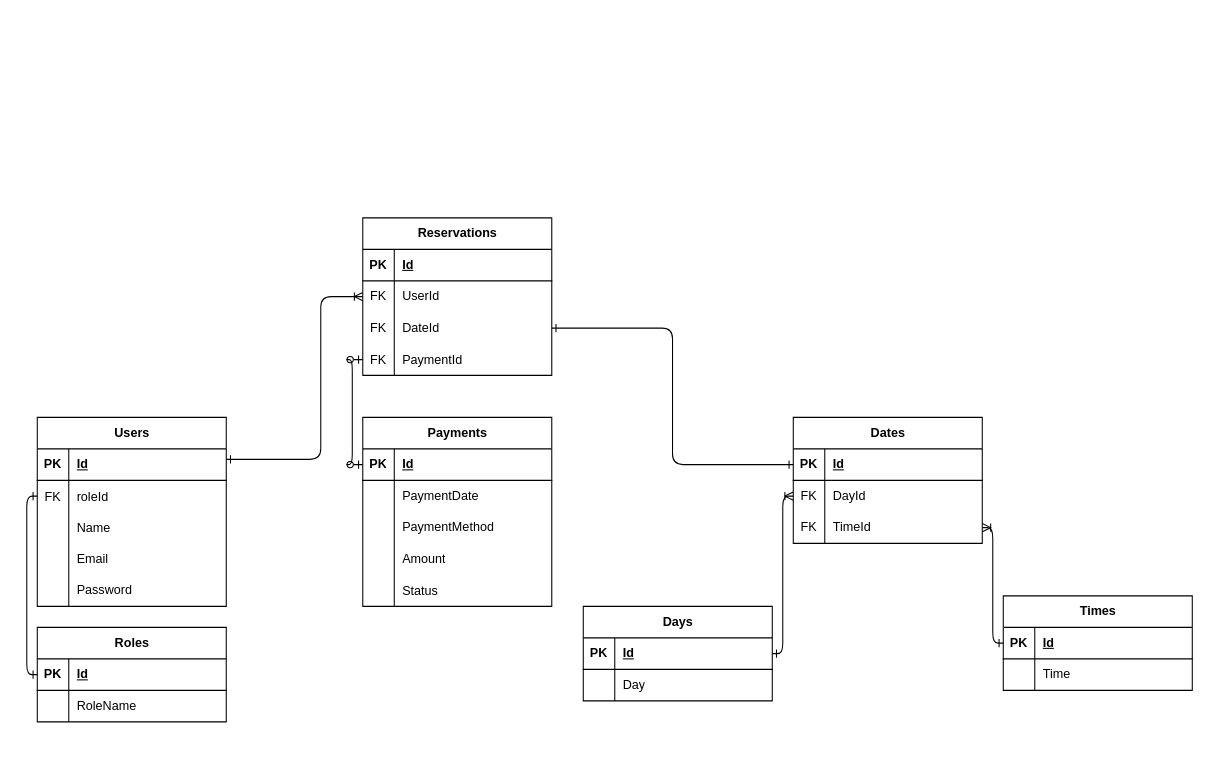
This is database/erd.drawio from BleuSkell/windkracht12, a draw.io file, before an edit. Source tidied: cells renumbered, new cells numbered last; positions are measured from the earlier drawing's top-left corner, leaving out a move shared by most shapes. Both pictures are drawn from the tidied source at 105%, with x=0, y=0 at pixel (26, 217).
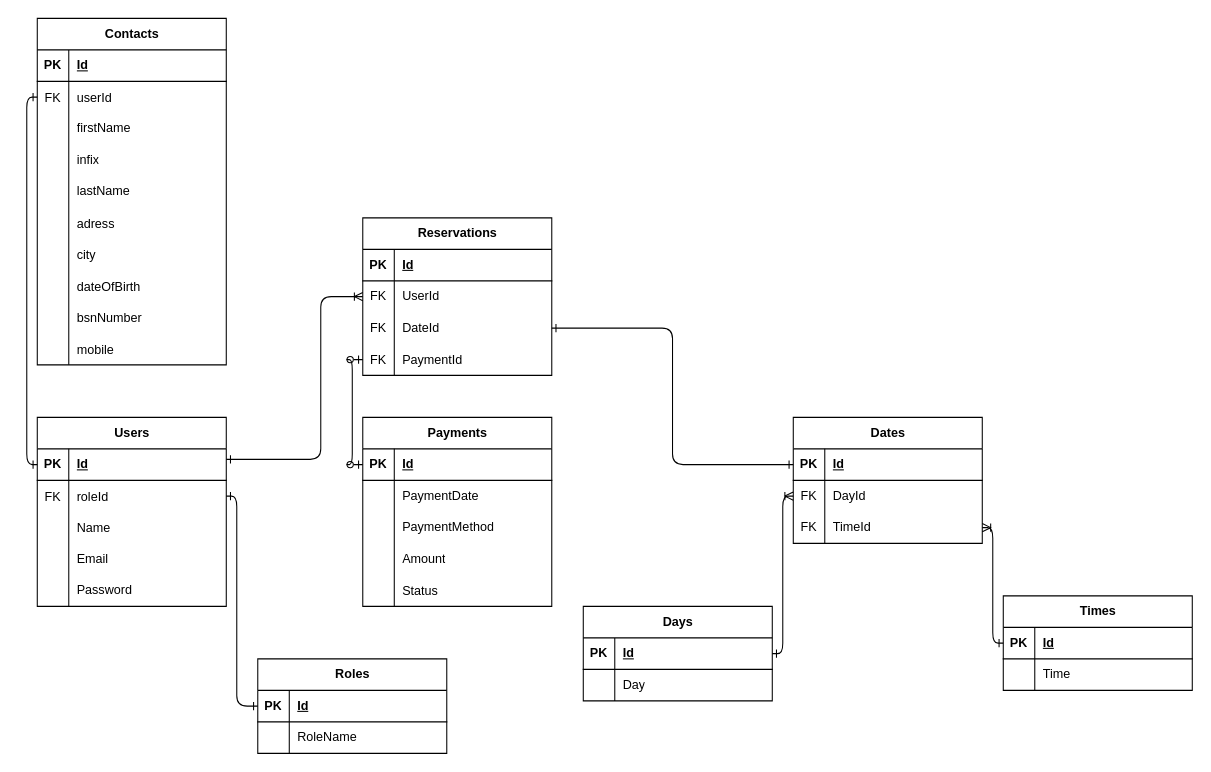
The same page after the edit.

Commit message (it also covers changes not shown here):
added table contacts

The change refers to these unchanged cells:
```xml
<mxCell id="3" style="shape=tableRow;horizontal=0;startSize=0;swimlaneHead=0;swimlaneBody=0;fillColor=none;points=[[0,0.5],[1,0.5]];portConstraint=eastwest;top=0;left=0;right=0;bottom=1;" parent="2" vertex="1">
  <mxGeometry y="30" width="180" height="30" as="geometry" />
</mxCell>
<mxCell id="6" style="shape=tableRow;horizontal=0;startSize=0;swimlaneHead=0;swimlaneBody=0;fillColor=none;points=[[0,0.5],[1,0.5]];portConstraint=eastwest;top=0;left=0;right=0;bottom=0;" parent="2" vertex="1">
  <mxGeometry y="60" width="180" height="30" as="geometry" />
</mxCell>
<mxCell id="19" style="shape=tableRow;horizontal=0;startSize=0;swimlaneHead=0;swimlaneBody=0;fillColor=none;points=[[0,0.5],[1,0.5]];portConstraint=eastwest;top=0;left=0;right=0;bottom=1;" parent="18" vertex="1">
  <mxGeometry y="30" width="180" height="30" as="geometry" />
</mxCell>
```

Change to the diagram source:
```diff
@@
     <mxCell id="18" value="Roles" style="shape=table;startSize=30;childLayout=tableLayout;rowLines=0;fontStyle=1;align=center;html=1;" parent="1" vertex="1">
-      <mxGeometry x="10" y="390" width="180" height="90" as="geometry" />
+      <mxGeometry x="220" y="420" width="180" height="90" as="geometry" />
     </mxCell>
@@
     <mxCell id="83" style="edgeStyle=orthogonalEdgeStyle;html=1;startArrow=ERone;startFill=0;endArrow=ERone;endFill=0;" parent="1" edge="1" source="6" target="19">
       <mxGeometry relative="1" as="geometry">
         <Array as="points">
-          <mxPoint y="265" />
-          <mxPoint y="435" />
+          <mxPoint x="200" y="265" />
+          <mxPoint x="200" y="465" />
         </Array>
       </mxGeometry>
     </mxCell>
+    <mxCell id="84" value="Contacts" style="shape=table;startSize=30;childLayout=tableLayout;rowLines=0;fontStyle=1;align=center;html=1;" parent="1" vertex="1">
+      <mxGeometry x="10" y="-190" width="180" height="330" as="geometry" />
+    </mxCell>
+    <mxCell id="85" style="shape=tableRow;horizontal=0;startSize=0;swimlaneHead=0;swimlaneBody=0;fillColor=none;top=0;left=0;right=0;bottom=1;" parent="84" vertex="1">
+      <mxGeometry y="30" width="180" height="30" as="geometry" />
+    </mxCell>
+    <mxCell id="86" value="PK" style="shape=partialRectangle;fillColor=none;top=0;left=0;bottom=0;right=0;fontStyle=1;overflow=hidden;whiteSpace=wrap;html=1;" parent="85" vertex="1">
+      <mxGeometry width="30" height="30" as="geometry" />
+    </mxCell>
+    <mxCell id="87" value="Id" style="shape=partialRectangle;fillColor=none;top=0;left=0;bottom=0;right=0;align=left;spacingLeft=6;fontStyle=5;overflow=hidden;whiteSpace=wrap;html=1;" parent="85" vertex="1">
+      <mxGeometry x="30" width="150" height="30" as="geometry" />
+    </mxCell>
+    <mxCell id="88" style="shape=tableRow;horizontal=0;startSize=0;swimlaneHead=0;swimlaneBody=0;fillColor=none;points=[[0,0.5],[1,0.5]];portConstraint=eastwest;top=0;left=0;right=0;bottom=0;" parent="84" vertex="1">
+      <mxGeometry y="60" width="180" height="30" as="geometry" />
+    </mxCell>
+    <mxCell id="89" value="FK" style="shape=partialRectangle;fillColor=none;top=0;left=0;bottom=0;right=0;overflow=hidden;" parent="88" vertex="1">
+      <mxGeometry width="30" height="30" as="geometry" />
+    </mxCell>
+    <mxCell id="90" value="userId" style="shape=partialRectangle;fillColor=none;top=0;left=0;bottom=0;right=0;align=left;spacingLeft=6;overflow=hidden;" parent="88" vertex="1">
+      <mxGeometry x="30" width="150" height="30" as="geometry" />
+    </mxCell>
+    <mxCell id="91" style="shape=tableRow;horizontal=0;startSize=0;swimlaneHead=0;swimlaneBody=0;fillColor=none;top=0;left=0;right=0;bottom=0;" parent="84" vertex="1">
+      <mxGeometry y="90" width="180" height="30" as="geometry" />
+    </mxCell>
+    <mxCell id="92" style="shape=partialRectangle;fillColor=none;top=0;left=0;bottom=0;right=0;overflow=hidden;whiteSpace=wrap;html=1;" parent="91" vertex="1">
+      <mxGeometry width="30" height="30" as="geometry" />
+    </mxCell>
+    <mxCell id="93" value="firstName" style="shape=partialRectangle;fillColor=none;top=0;left=0;bottom=0;right=0;align=left;spacingLeft=6;overflow=hidden;whiteSpace=wrap;html=1;" parent="91" vertex="1">
+      <mxGeometry x="30" width="150" height="30" as="geometry" />
+    </mxCell>
+    <mxCell id="94" style="shape=tableRow;horizontal=0;startSize=0;swimlaneHead=0;swimlaneBody=0;fillColor=none;top=0;left=0;right=0;bottom=0;" parent="84" vertex="1">
+      <mxGeometry y="120" width="180" height="30" as="geometry" />
+    </mxCell>
+    <mxCell id="95" style="shape=partialRectangle;fillColor=none;top=0;left=0;bottom=0;right=0;overflow=hidden;whiteSpace=wrap;html=1;" parent="94" vertex="1">
+      <mxGeometry width="30" height="30" as="geometry" />
+    </mxCell>
+    <mxCell id="96" value="infix" style="shape=partialRectangle;fillColor=none;top=0;left=0;bottom=0;right=0;align=left;spacingLeft=6;overflow=hidden;whiteSpace=wrap;html=1;" parent="94" vertex="1">
+      <mxGeometry x="30" width="150" height="30" as="geometry" />
+    </mxCell>
+    <mxCell id="97" style="shape=tableRow;horizontal=0;startSize=0;swimlaneHead=0;swimlaneBody=0;fillColor=none;top=0;left=0;right=0;bottom=0;" parent="84" vertex="1">
+      <mxGeometry y="150" width="180" height="30" as="geometry" />
+    </mxCell>
+    <mxCell id="98" style="shape=partialRectangle;fillColor=none;top=0;left=0;bottom=0;right=0;overflow=hidden;whiteSpace=wrap;html=1;" parent="97" vertex="1">
+      <mxGeometry width="30" height="30" as="geometry" />
+    </mxCell>
+    <mxCell id="99" value="lastName" style="shape=partialRectangle;fillColor=none;top=0;left=0;bottom=0;right=0;align=left;spacingLeft=6;overflow=hidden;whiteSpace=wrap;html=1;" parent="97" vertex="1">
+      <mxGeometry x="30" width="150" height="30" as="geometry" />
+    </mxCell>
+    <mxCell id="100" style="shape=tableRow;horizontal=0;startSize=0;swimlaneHead=0;swimlaneBody=0;fillColor=none;top=0;left=0;right=0;bottom=0;" parent="84" vertex="1">
+      <mxGeometry y="180" width="180" height="30" as="geometry" />
+    </mxCell>
+    <mxCell id="101" style="shape=partialRectangle;fillColor=none;top=0;left=0;bottom=0;right=0;overflow=hidden;" parent="100" vertex="1">
+      <mxGeometry width="30" height="30" as="geometry" />
+    </mxCell>
+    <mxCell id="102" value="adress" style="shape=partialRectangle;fillColor=none;top=0;left=0;bottom=0;right=0;align=left;spacingLeft=6;overflow=hidden;" parent="100" vertex="1">
+      <mxGeometry x="30" width="150" height="30" as="geometry" />
+    </mxCell>
+    <mxCell id="103" style="shape=tableRow;horizontal=0;startSize=0;swimlaneHead=0;swimlaneBody=0;fillColor=none;top=0;left=0;right=0;bottom=0;" parent="84" vertex="1">
+      <mxGeometry y="210" width="180" height="30" as="geometry" />
+    </mxCell>
+    <mxCell id="104" style="shape=partialRectangle;fillColor=none;top=0;left=0;bottom=0;right=0;overflow=hidden;" parent="103" vertex="1">
+      <mxGeometry width="30" height="30" as="geometry" />
+    </mxCell>
+    <mxCell id="105" value="city" style="shape=partialRectangle;fillColor=none;top=0;left=0;bottom=0;right=0;align=left;spacingLeft=6;overflow=hidden;" parent="103" vertex="1">
+      <mxGeometry x="30" width="150" height="30" as="geometry" />
+    </mxCell>
+    <mxCell id="106" style="shape=tableRow;horizontal=0;startSize=0;swimlaneHead=0;swimlaneBody=0;fillColor=none;top=0;left=0;right=0;bottom=0;" parent="84" vertex="1">
+      <mxGeometry y="240" width="180" height="30" as="geometry" />
+    </mxCell>
+    <mxCell id="107" style="shape=partialRectangle;fillColor=none;top=0;left=0;bottom=0;right=0;overflow=hidden;" parent="106" vertex="1">
+      <mxGeometry width="30" height="30" as="geometry" />
+    </mxCell>
+    <mxCell id="108" value="dateOfBirth" style="shape=partialRectangle;fillColor=none;top=0;left=0;bottom=0;right=0;align=left;spacingLeft=6;overflow=hidden;" parent="106" vertex="1">
+      <mxGeometry x="30" width="150" height="30" as="geometry" />
+    </mxCell>
+    <mxCell id="109" style="shape=tableRow;horizontal=0;startSize=0;swimlaneHead=0;swimlaneBody=0;fillColor=none;top=0;left=0;right=0;bottom=0;" parent="84" vertex="1">
+      <mxGeometry y="270" width="180" height="30" as="geometry" />
+    </mxCell>
+    <mxCell id="110" style="shape=partialRectangle;fillColor=none;top=0;left=0;bottom=0;right=0;overflow=hidden;" parent="109" vertex="1">
+      <mxGeometry width="30" height="30" as="geometry" />
+    </mxCell>
+    <mxCell id="111" value="bsnNumber" style="shape=partialRectangle;fillColor=none;top=0;left=0;bottom=0;right=0;align=left;spacingLeft=6;overflow=hidden;" parent="109" vertex="1">
+      <mxGeometry x="30" width="150" height="30" as="geometry" />
+    </mxCell>
+    <mxCell id="112" style="shape=tableRow;horizontal=0;startSize=0;swimlaneHead=0;swimlaneBody=0;fillColor=none;top=0;left=0;right=0;bottom=0;" parent="84" vertex="1">
+      <mxGeometry y="300" width="180" height="30" as="geometry" />
+    </mxCell>
+    <mxCell id="113" style="shape=partialRectangle;fillColor=none;top=0;left=0;bottom=0;right=0;overflow=hidden;" parent="112" vertex="1">
+      <mxGeometry width="30" height="30" as="geometry" />
+    </mxCell>
+    <mxCell id="114" value="mobile" style="shape=partialRectangle;fillColor=none;top=0;left=0;bottom=0;right=0;align=left;spacingLeft=6;overflow=hidden;" parent="112" vertex="1">
+      <mxGeometry x="30" width="150" height="30" as="geometry" />
+    </mxCell>
+    <mxCell id="115" style="edgeStyle=orthogonalEdgeStyle;html=1;startArrow=ERone;startFill=0;endArrow=ERone;endFill=0;" parent="1" edge="1" source="3" target="88">
+      <mxGeometry relative="1" as="geometry">
+        <Array as="points">
+          <mxPoint y="235" />
+          <mxPoint y="-115" />
+        </Array>
+      </mxGeometry>
+    </mxCell>
```
